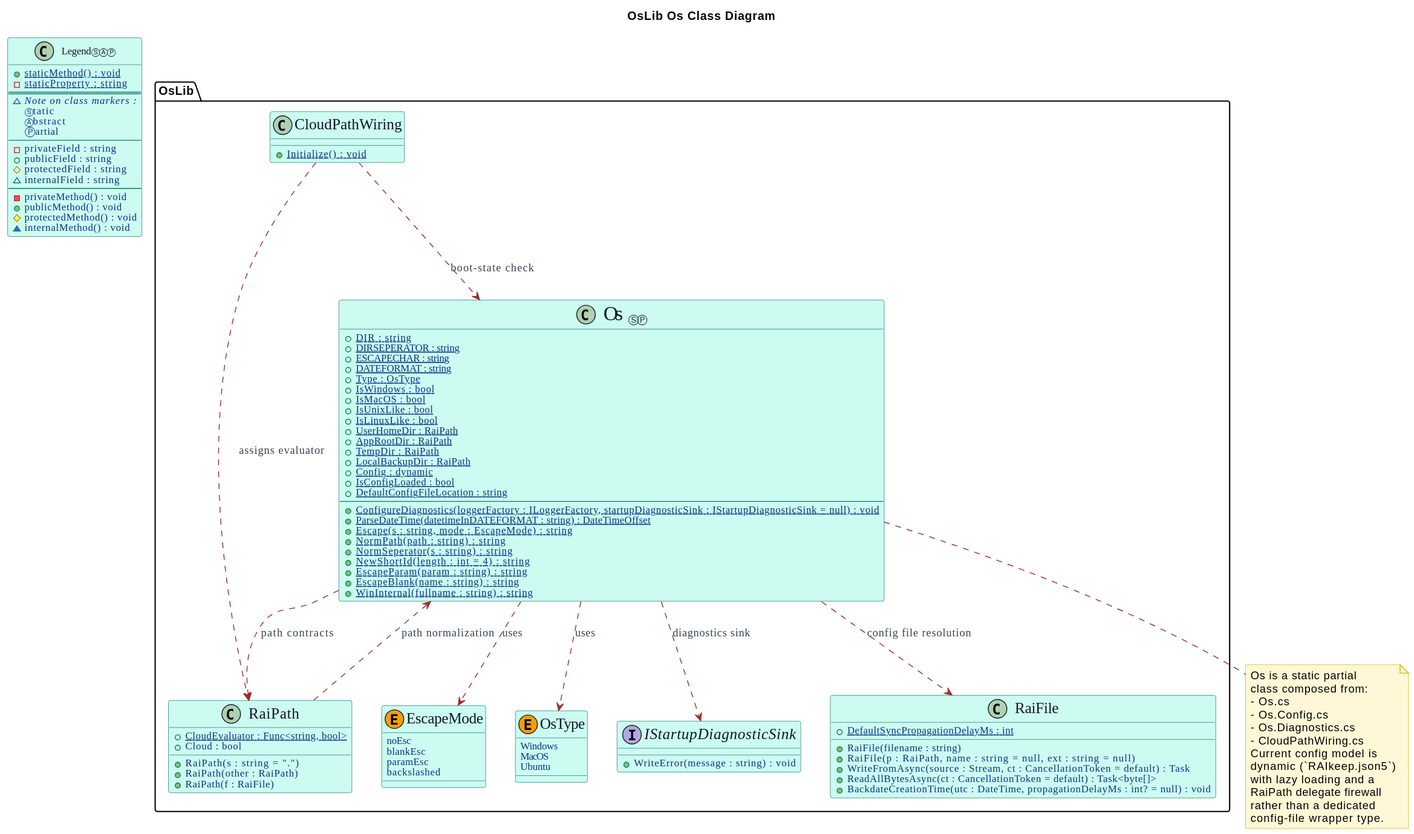
Above: OsLib-Os-ClassDiagram.svg in Burkhardt/OsLib (PlantUML), before the change.
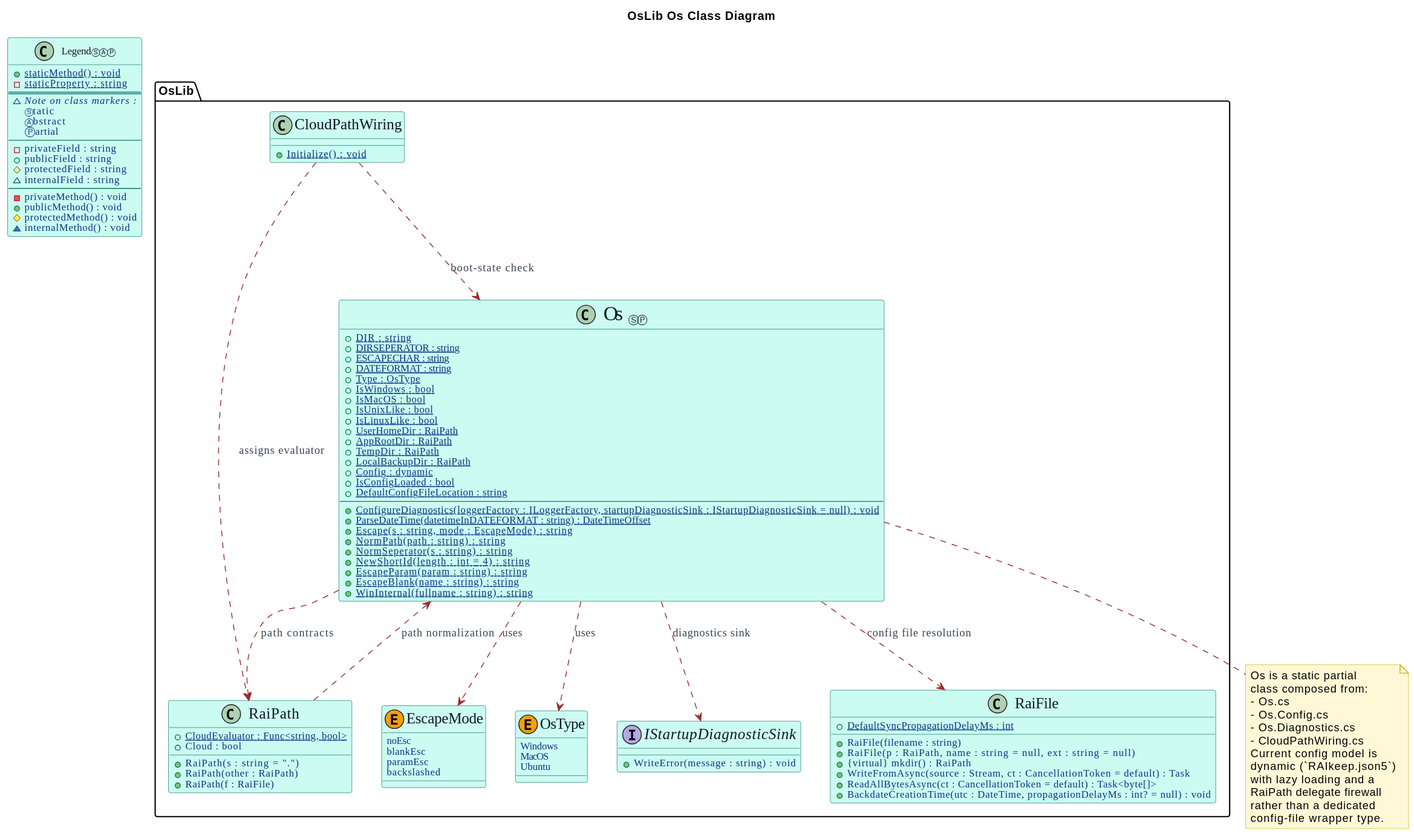
The same diagram one commit later.

What changed in the source:
```diff
@@ -65,6 +65,7 @@
 		+RaiFile(filename : string)
 		+RaiFile(p : RaiPath, name : string = null, ext : string = null)
 		+{static} DefaultSyncPropagationDelayMs : int
+			+{virtual} mkdir() : RaiPath
 		+WriteFromAsync(source : Stream, ct : CancellationToken = default) : Task
 		+ReadAllBytesAsync(ct : CancellationToken = default) : Task<byte[]>
 		+BackdateCreationTime(utc : DateTime, propagationDelayMs : int? = null) : void
```
